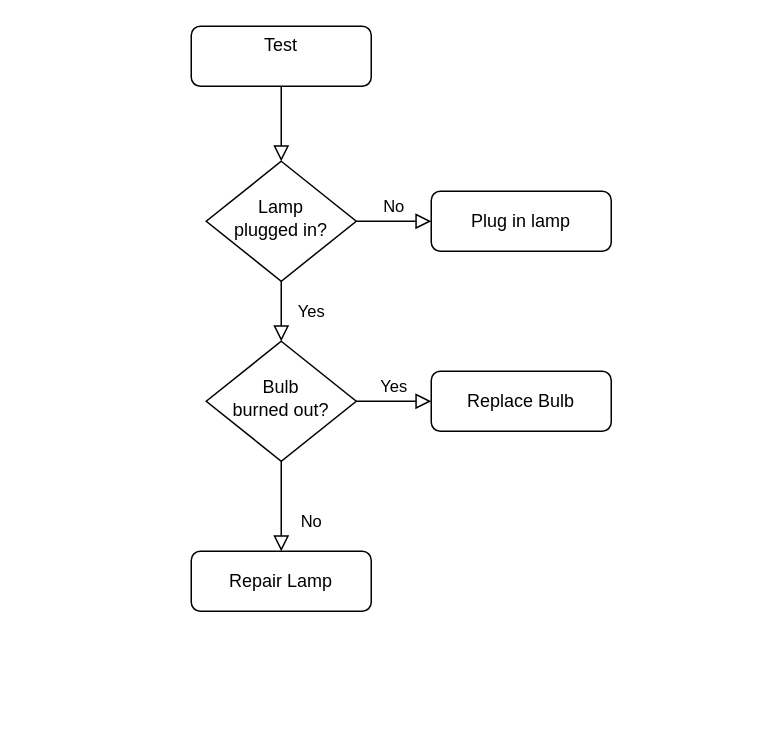
The draw.io diagram Untitled Diagram.drawio in sknsecdeveloper/Core_Java, before the edit. Source tidied: cells renumbered, new cells numbered last; positions are measured from the earlier drawing's top-left corner, leaving out a move shared by most shapes. Both pictures are drawn from the tidied source at 150%, with x=0, y=0 at pixel (190, 26).
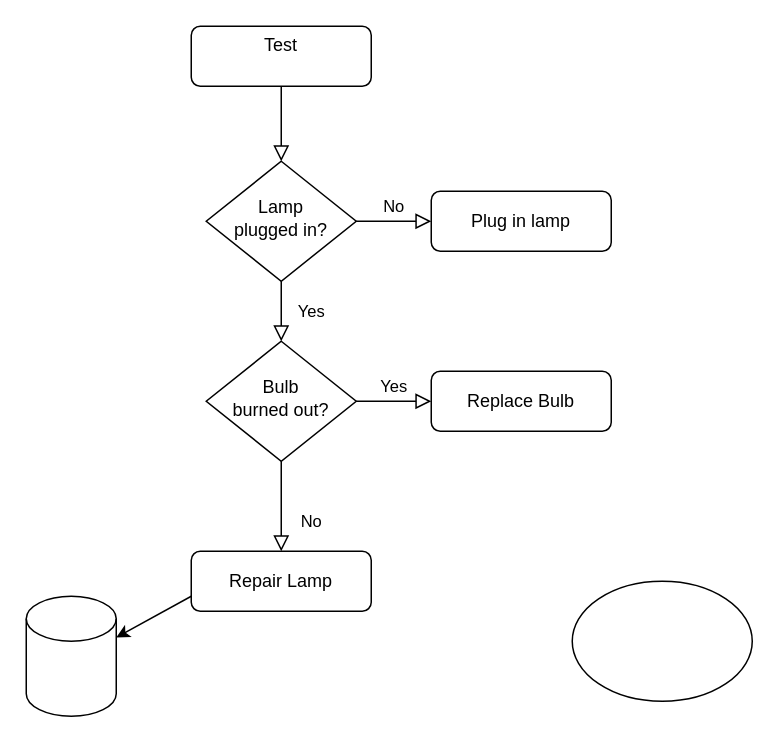
After the change.

The edit, as a diff of the source:
```diff
@@
 <mxGraphModel>
   <root>
     <mxCell id="0" />
     <mxCell id="1" parent="0" />
     <mxCell id="2" style="rounded=0;html=1;jettySize=auto;fontSize=11;endArrow=block;endFill=0;endSize=8;strokeWidth=1;shadow=0;labelBackgroundColor=none;edgeStyle=orthogonalEdgeStyle;" parent="1" edge="1" source="3" target="6">
       <mxGeometry relative="1" as="geometry" />
     </mxCell>
     <mxCell id="3" value="Test&lt;div&gt;&lt;br/&gt;&lt;/div&gt;" style="rounded=1;whiteSpace=wrap;html=1;fontSize=12;glass=0;strokeWidth=1;shadow=0;" parent="1" vertex="1">
       <mxGeometry width="120" height="40" as="geometry" />
     </mxCell>
     <mxCell id="4" value="Yes" style="rounded=0;html=1;jettySize=auto;fontSize=11;endArrow=block;endFill=0;endSize=8;strokeWidth=1;shadow=0;labelBackgroundColor=none;edgeStyle=orthogonalEdgeStyle;" parent="1" edge="1" source="6" target="10">
       <mxGeometry y="20" relative="1" as="geometry" />
     </mxCell>
     <mxCell id="5" value="No" style="edgeStyle=orthogonalEdgeStyle;rounded=0;html=1;jettySize=auto;fontSize=11;endArrow=block;endFill=0;endSize=8;strokeWidth=1;shadow=0;labelBackgroundColor=none;" parent="1" edge="1" source="6" target="7">
       <mxGeometry y="10" relative="1" as="geometry" />
     </mxCell>
     <mxCell id="6" value="Lamp&lt;br&gt;plugged in?" style="rhombus;whiteSpace=wrap;html=1;shadow=0;fontFamily=Helvetica;fontSize=12;align=center;strokeWidth=1;spacing=6;spacingTop=-4;" parent="1" vertex="1">
       <mxGeometry x="10" y="90" width="100" height="80" as="geometry" />
     </mxCell>
     <mxCell id="7" value="Plug in lamp" style="rounded=1;whiteSpace=wrap;html=1;fontSize=12;glass=0;strokeWidth=1;shadow=0;" parent="1" vertex="1">
       <mxGeometry x="160" y="110" width="120" height="40" as="geometry" />
     </mxCell>
     <mxCell id="8" value="No" style="rounded=0;html=1;jettySize=auto;fontSize=11;endArrow=block;endFill=0;endSize=8;strokeWidth=1;shadow=0;labelBackgroundColor=none;edgeStyle=orthogonalEdgeStyle;" parent="1" edge="1" source="10" target="11">
       <mxGeometry x="0.33" y="20" relative="1" as="geometry" />
     </mxCell>
     <mxCell id="9" value="Yes" style="edgeStyle=orthogonalEdgeStyle;rounded=0;html=1;jettySize=auto;fontSize=11;endArrow=block;endFill=0;endSize=8;strokeWidth=1;shadow=0;labelBackgroundColor=none;" parent="1" edge="1" source="10" target="12">
       <mxGeometry y="10" relative="1" as="geometry" />
     </mxCell>
     <mxCell id="10" value="Bulb&lt;br&gt;burned out?" style="rhombus;whiteSpace=wrap;html=1;shadow=0;fontFamily=Helvetica;fontSize=12;align=center;strokeWidth=1;spacing=6;spacingTop=-4;" parent="1" vertex="1">
       <mxGeometry x="10" y="210" width="100" height="80" as="geometry" />
     </mxCell>
     <mxCell id="11" value="Repair Lamp" style="rounded=1;whiteSpace=wrap;html=1;fontSize=12;glass=0;strokeWidth=1;shadow=0;" parent="1" vertex="1">
       <mxGeometry y="350" width="120" height="40" as="geometry" />
     </mxCell>
     <mxCell id="12" value="Replace Bulb" style="rounded=1;whiteSpace=wrap;html=1;fontSize=12;glass=0;strokeWidth=1;shadow=0;" parent="1" vertex="1">
       <mxGeometry x="160" y="230" width="120" height="40" as="geometry" />
     </mxCell>
+    <mxCell id="13" style="ellipse;whiteSpace=wrap;html=1;" parent="1" vertex="1">
+      <mxGeometry x="254" y="370" width="120" height="80" as="geometry" />
+    </mxCell>
+    <mxCell id="14" style="shape=cylinder3;whiteSpace=wrap;html=1;boundedLbl=1;backgroundOutline=1;size=15;" parent="1" vertex="1">
+      <mxGeometry x="-110" y="380" width="60" height="80" as="geometry" />
+    </mxCell>
+    <mxCell id="15" style="endArrow=classic;html=1;rounded=0;exitX=0;exitY=0.75;exitDx=0;exitDy=0;entryX=1;entryY=0;entryDx=0;entryDy=27.5;entryPerimeter=0;" parent="1" edge="1" source="11" target="14">
+      <mxGeometry relative="1" as="geometry" />
+    </mxCell>
   </root>
 </mxGraphModel>
```
